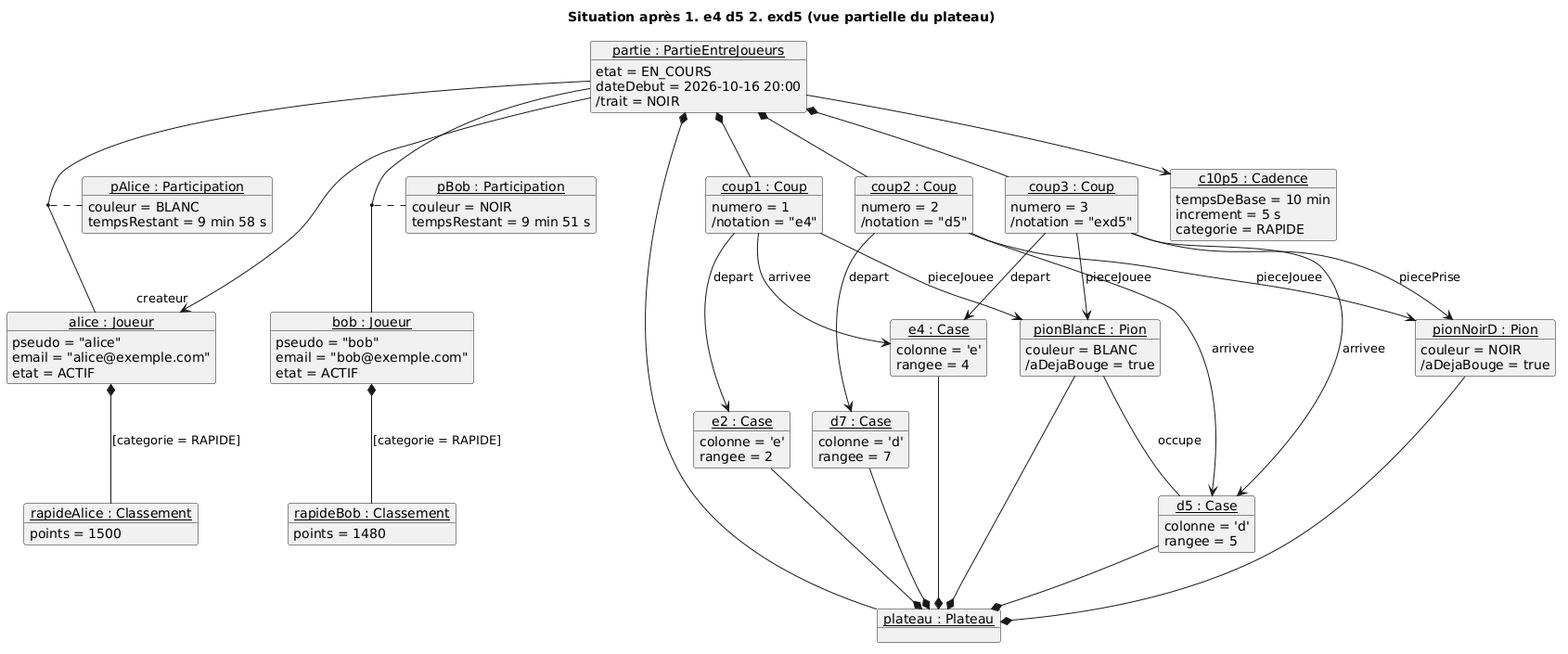
kevinBissouth/projet_echecs_tic315 keeps this PlantUML diagram as diagrams/objets-validation.png. Above is the earlier version. The source it was exported from:
```plantuml
@startuml

title Situation après 1. e4 d5 2. exd5 (vue partielle du plateau)

object "<u>partie : PartieEntreJoueurs</u>" as partie {
  etat = EN_COURS
  dateDebut = 2026-10-16 20:00
  /trait = NOIR
}

object "<u>alice : Joueur</u>" as alice {
  pseudo = "alice"
  email = "alice@exemple.com"
  etat = ACTIF
}

object "<u>bob : Joueur</u>" as bob {
  pseudo = "bob"
  email = "bob@exemple.com"
  etat = ACTIF
}

object "<u>pAlice : Participation</u>" as pAlice {
  couleur = BLANC
  tempsRestant = 9 min 58 s
}

object "<u>pBob : Participation</u>" as pBob {
  couleur = NOIR
  tempsRestant = 9 min 51 s
}

object "<u>c10p5 : Cadence</u>" as c10p5 {
  tempsDeBase = 10 min
  increment = 5 s
  categorie = RAPIDE
}

object "<u>rapideAlice : Classement</u>" as rapideAlice {
  points = 1500
}
object "<u>rapideBob : Classement</u>" as rapideBob {
  points = 1480
}

object "<u>plateau : Plateau</u>" as plateau

object "<u>e2 : Case</u>" as e2 {
  colonne = 'e'
  rangee = 2
}
object "<u>e4 : Case</u>" as e4 {
  colonne = 'e'
  rangee = 4
}
object "<u>d7 : Case</u>" as d7 {
  colonne = 'd'
  rangee = 7
}
object "<u>d5 : Case</u>" as d5 {
  colonne = 'd'
  rangee = 5
}

object "<u>pionBlancE : Pion</u>" as pionBlancE {
  couleur = BLANC
  /aDejaBouge = true
}
object "<u>pionNoirD : Pion</u>" as pionNoirD {
  couleur = NOIR
  /aDejaBouge = true
}

object "<u>coup1 : Coup</u>" as coup1 {
  numero = 1
  /notation = "e4"
}
object "<u>coup2 : Coup</u>" as coup2 {
  numero = 2
  /notation = "d5"
}
object "<u>coup3 : Coup</u>" as coup3 {
  numero = 3
  /notation = "exd5"
}

partie -- alice
partie -- bob
(partie, alice) .. pAlice
(partie, bob) .. pBob
partie --> "createur" alice
partie --> c10p5
alice *-- rapideAlice : [categorie = RAPIDE]
bob *-- rapideBob : [categorie = RAPIDE]

e2 --* plateau
e4 --* plateau
d7 --* plateau
d5 --* plateau
pionBlancE --* plateau
pionNoirD --* plateau

pionBlancE -- d5 : occupe

partie *-- coup1
partie *-- coup2
partie *-- coup3
coup1 -[hidden]right- coup2
coup2 -[hidden]right- coup3

coup1 --> e2 : depart
coup1 --> e4 : arrivee
coup1 --> pionBlancE : pieceJouee

coup2 --> d7 : depart
coup2 --> d5 : arrivee
coup2 --> pionNoirD : pieceJouee

coup3 --> e4 : depart
coup3 --> d5 : arrivee
coup3 --> pionBlancE : pieceJouee
coup3 --> pionNoirD : piecePrise

partie *-- plateau
@enduml
```
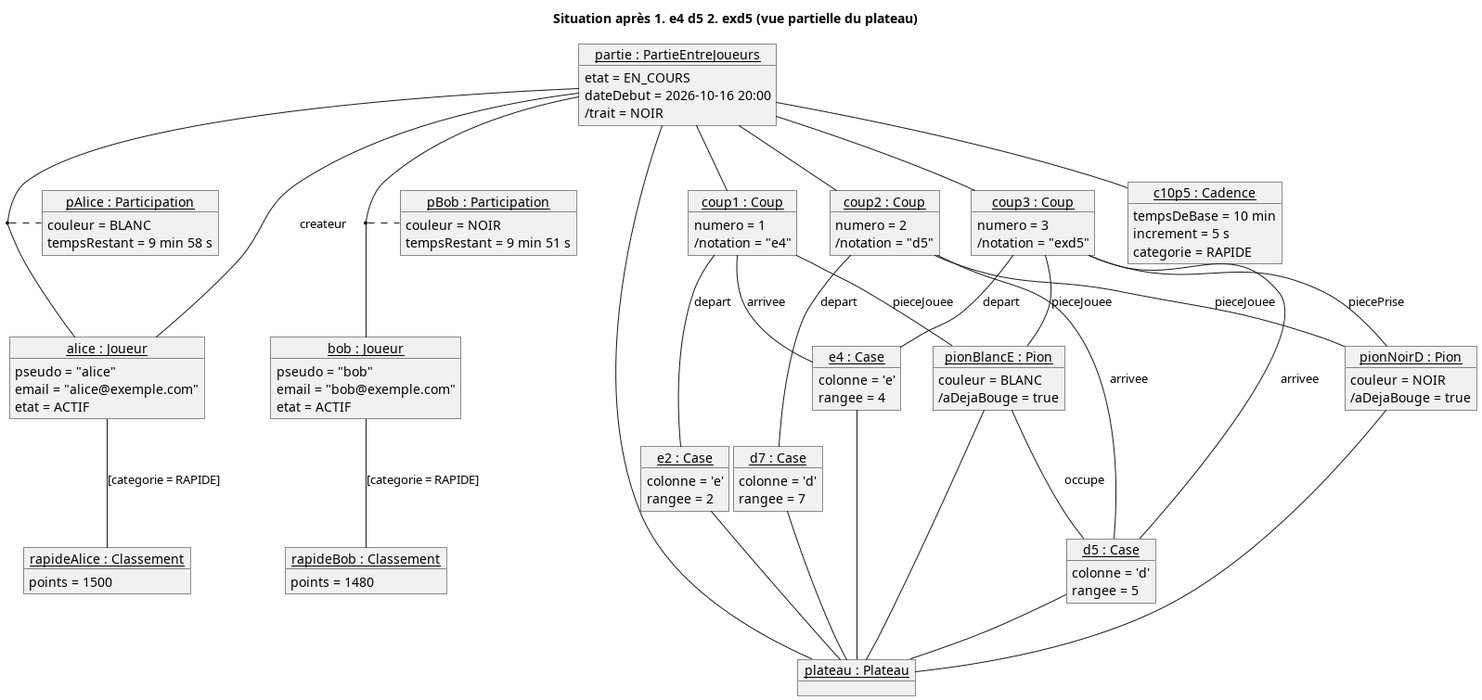
The same diagram one commit later.

Commit message:
docs: draw object links as plain lines like the course

Change to the diagram source:
```diff
@@ -1,4 +1,4 @@
-@startuml
+@startuml objets-validation
 
 title Situation après 1. e4 d5 2. exd5 (vue partielle du plateau)
 
@@ -88,38 +88,39 @@
 partie -- bob
 (partie, alice) .. pAlice
 (partie, bob) .. pBob
-partie --> "createur" alice
-partie --> c10p5
-alice *-- rapideAlice : [categorie = RAPIDE]
-bob *-- rapideBob : [categorie = RAPIDE]
+partie -- alice : createur
+partie -- c10p5
+alice -- rapideAlice : [categorie = RAPIDE]
+bob -- rapideBob : [categorie = RAPIDE]
 
-e2 --* plateau
-e4 --* plateau
-d7 --* plateau
-d5 --* plateau
-pionBlancE --* plateau
-pionNoirD --* plateau
+e2 -- plateau
+e4 -- plateau
+d7 -- plateau
+d5 -- plateau
+pionBlancE -- plateau
+pionNoirD -- plateau
 
 pionBlancE -- d5 : occupe
 
-partie *-- coup1
-partie *-- coup2
-partie *-- coup3
+partie -- coup1
+partie -- coup2
+partie -- coup3
 coup1 -[hidden]right- coup2
 coup2 -[hidden]right- coup3
 
-coup1 --> e2 : depart
-coup1 --> e4 : arrivee
-coup1 --> pionBlancE : pieceJouee
+coup1 -- e2 : depart
+coup1 -- e4 : arrivee
+coup1 -- pionBlancE : pieceJouee
 
-coup2 --> d7 : depart
-coup2 --> d5 : arrivee
-coup2 --> pionNoirD : pieceJouee
+coup2 -- d7 : depart
+coup2 -- d5 : arrivee
+coup2 -- pionNoirD : pieceJouee
 
-coup3 --> e4 : depart
-coup3 --> d5 : arrivee
-coup3 --> pionBlancE : pieceJouee
-coup3 --> pionNoirD : piecePrise
+coup3 -- e4 : depart
+coup3 -- d5 : arrivee
+coup3 -- pionBlancE : pieceJouee
+coup3 -- pionNoirD : piecePrise
 
-partie *-- plateau
+partie -- plateau
+
 @enduml
```
